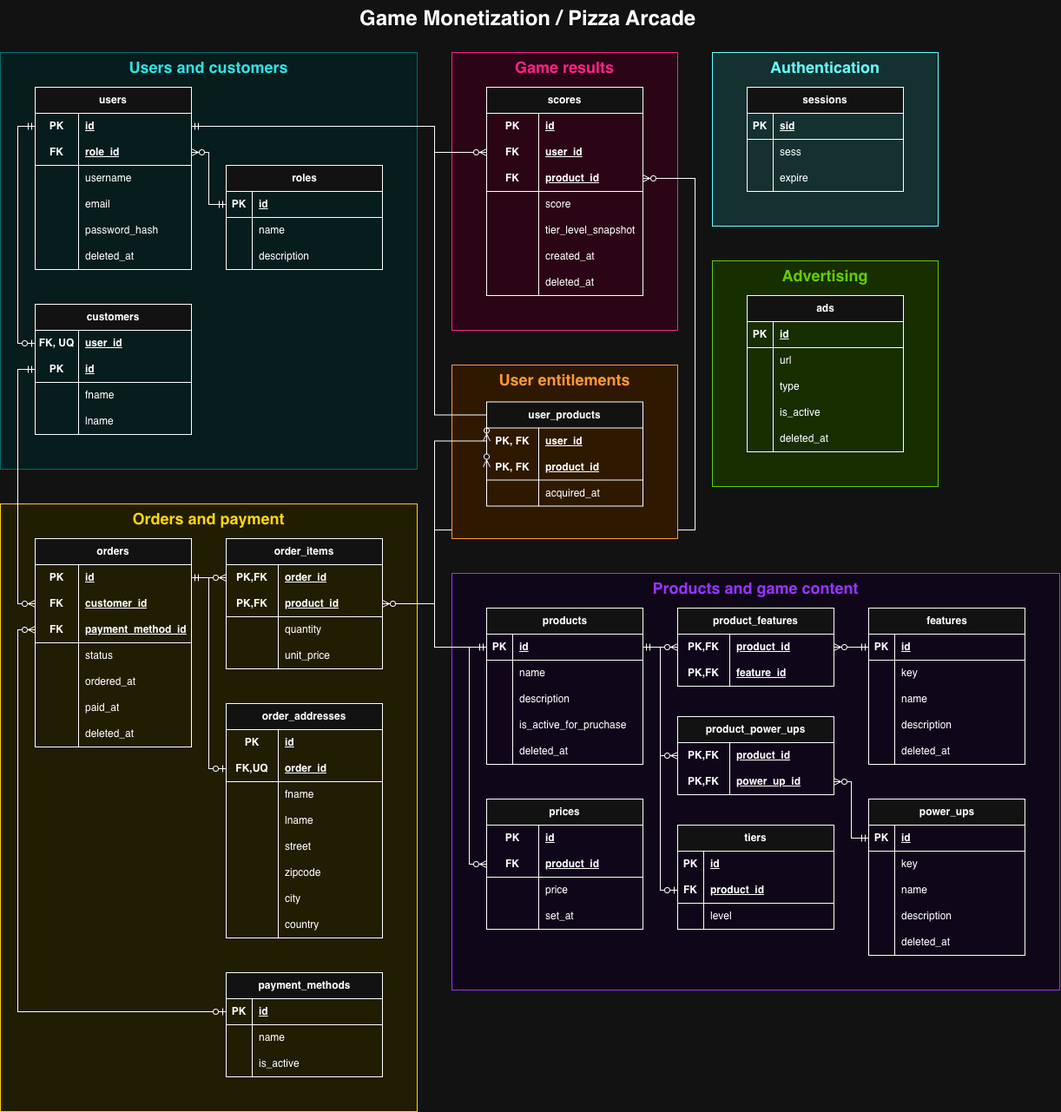
This is docs/er-diagram.png from niloscar/game-monetization, a draw.io export, as it was before one commit. Source tidied: cells renumbered, new cells last; positions are measured from the earlier drawing's top-left corner, leaving out a move shared by most shapes.
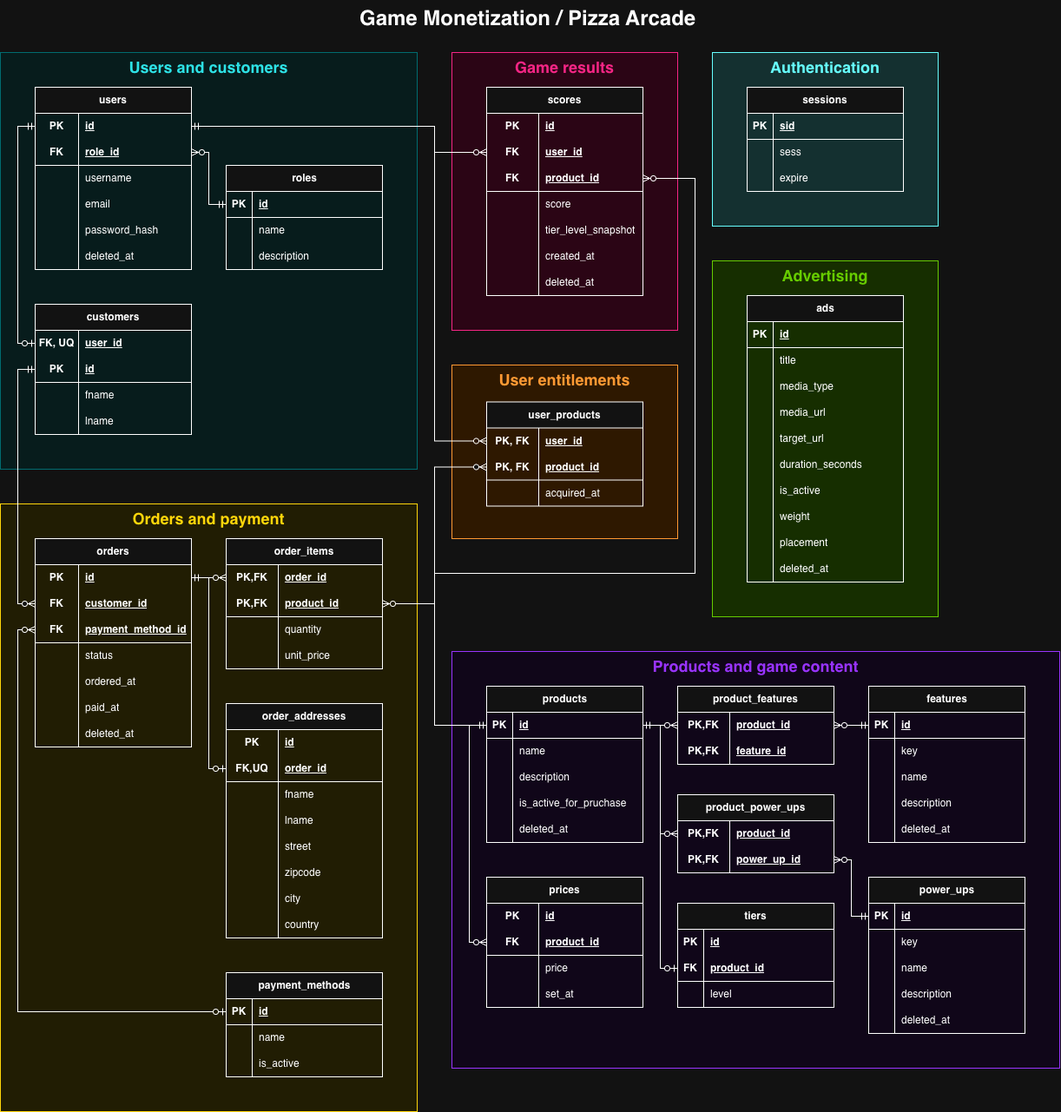
The same diagram one commit later.

Commit message:
chore: update ER diagram to reflect changes in ad placement structure

Diff of the diagram source:
```diff
@@ -3,7 +3,7 @@
     <mxCell id="0" />
     <mxCell id="1" parent="0" />
     <mxCell id="2" style="rounded=0;whiteSpace=wrap;html=1;fillColor=light-dark(#162E00,#162E00);strokeColor=light-dark(#66CC00,#66CC00);" parent="1" vertex="1">
-      <mxGeometry x="820" y="300" width="260" height="260" as="geometry" />
+      <mxGeometry x="820" y="300" width="260" height="410" as="geometry" />
     </mxCell>
     <mxCell id="3" value="&lt;h1 style=&quot;margin-top: 0px;&quot;&gt;Advertising&lt;/h1&gt;" style="text;html=1;whiteSpace=wrap;overflow=hidden;rounded=0;fontSize=9;align=center;fontColor=light-dark(#66CC00,#66CC00);labelBackgroundColor=none;" parent="1" vertex="1">
       <mxGeometry x="820" y="300" width="260" height="30" as="geometry" />
@@ -12,7 +12,7 @@
       <mxGeometry x="820" y="60" width="260" height="200" as="geometry" />
     </mxCell>
     <mxCell id="5" style="rounded=0;whiteSpace=wrap;html=1;strokeColor=light-dark(#9933FF,#9933FF);fillColor=light-dark(#100619,#100619);" parent="1" vertex="1">
-      <mxGeometry x="520" y="660" width="700" height="480" as="geometry" />
+      <mxGeometry x="520" y="750" width="700" height="480" as="geometry" />
     </mxCell>
     <mxCell id="6" style="rounded=0;whiteSpace=wrap;html=1;strokeColor=light-dark(#FFD60A,#FFD60A);fillColor=light-dark(#211D03,#211D03);" parent="1" vertex="1">
       <mxGeometry y="580" width="480" height="700" as="geometry" />
@@ -51,7 +51,7 @@
       <mxGeometry x="30" width="150" height="30" as="geometry" />
     </mxCell>
     <mxCell id="18" value="products" style="shape=table;startSize=30;rowLines=0;fontStyle=1;align=center;html=1;fontColor=light-dark(#FFFFFF,#FFFFFF);labelBackgroundColor=default;strokeColor=light-dark(#FFFFFF,#FFFFFF);" parent="1" vertex="1">
-      <mxGeometry x="560" y="700" width="180" height="180" as="geometry" />
+      <mxGeometry x="560" y="790" width="180" height="180" as="geometry" />
     </mxCell>
     <mxCell id="19" style="shape=tableRow;horizontal=0;startSize=0;swimlaneHead=0;swimlaneBody=0;fillColor=none;points=[[0,0.5],[1,0.5]];portConstraint=eastwest;top=0;left=0;right=0;bottom=1;" parent="18" vertex="1">
       <mxGeometry y="30" width="180" height="30" as="geometry" />
@@ -99,7 +99,7 @@
       <mxGeometry x="30" width="150" height="30" as="geometry" />
     </mxCell>
     <mxCell id="34" value="power_ups" style="shape=table;startSize=30;rowLines=0;fontStyle=1;align=center;html=1;fontColor=light-dark(#FFFFFF,#FFFFFF);labelBackgroundColor=none;strokeColor=light-dark(#FFFFFF,#FFFFFF);" parent="1" vertex="1">
-      <mxGeometry x="1000" y="920" width="180" height="180" as="geometry" />
+      <mxGeometry x="1000" y="1010" width="180" height="180" as="geometry" />
     </mxCell>
     <mxCell id="35" style="shape=tableRow;horizontal=0;startSize=0;swimlaneHead=0;swimlaneBody=0;fillColor=none;points=[[0,0.5],[1,0.5]];portConstraint=eastwest;top=0;left=0;right=0;bottom=1;" parent="34" vertex="1">
       <mxGeometry y="30" width="180" height="30" as="geometry" />
@@ -147,7 +147,7 @@
       <mxGeometry x="30" width="150" height="30" as="geometry" />
     </mxCell>
     <mxCell id="50" value="ads" style="shape=table;startSize=30;rowLines=0;fontStyle=1;align=center;html=1;fontColor=light-dark(#FFFFFF,#FFFFFF);labelBackgroundColor=default;strokeColor=light-dark(#FFFFFF,#FFFFFF);" parent="1" vertex="1">
-      <mxGeometry x="860" y="340" width="180" height="180" as="geometry" />
+      <mxGeometry x="860" y="340" width="180" height="330" as="geometry" />
     </mxCell>
     <mxCell id="51" style="shape=tableRow;horizontal=0;startSize=0;swimlaneHead=0;swimlaneBody=0;fillColor=none;top=0;left=0;right=0;bottom=1;" parent="50" vertex="1">
       <mxGeometry y="30" width="180" height="30" as="geometry" />
@@ -164,7 +164,7 @@
     <mxCell id="55" style="shape=partialRectangle;fillColor=none;top=0;left=0;bottom=0;right=0;overflow=hidden;whiteSpace=wrap;html=1;" parent="54" vertex="1">
       <mxGeometry width="30" height="30" as="geometry" />
     </mxCell>
-    <mxCell id="56" value="url" style="shape=partialRectangle;fillColor=none;top=0;left=0;bottom=0;right=0;align=left;spacingLeft=6;overflow=hidden;whiteSpace=wrap;html=1;" parent="54" vertex="1">
+    <mxCell id="56" value="title" style="shape=partialRectangle;fillColor=none;top=0;left=0;bottom=0;right=0;align=left;spacingLeft=6;overflow=hidden;whiteSpace=wrap;html=1;" parent="54" vertex="1">
       <mxGeometry x="30" width="150" height="30" as="geometry" />
     </mxCell>
     <mxCell id="57" style="shape=tableRow;horizontal=0;startSize=0;swimlaneHead=0;swimlaneBody=0;fillColor=none;top=0;left=0;right=0;bottom=0;" parent="50" vertex="1">
@@ -173,11 +173,38 @@
     <mxCell id="58" style="shape=partialRectangle;fillColor=none;top=0;left=0;bottom=0;right=0;overflow=hidden;whiteSpace=wrap;html=1;" parent="57" vertex="1">
       <mxGeometry width="30" height="30" as="geometry" />
     </mxCell>
-    <mxCell id="59" value="type" style="shape=partialRectangle;fillColor=none;top=0;left=0;bottom=0;right=0;align=left;spacingLeft=6;overflow=hidden;whiteSpace=wrap;html=1;" parent="57" vertex="1">
+    <mxCell id="59" value="media_type" style="shape=partialRectangle;fillColor=none;top=0;left=0;bottom=0;right=0;align=left;spacingLeft=6;overflow=hidden;whiteSpace=wrap;html=1;" parent="57" vertex="1">
       <mxGeometry x="30" width="150" height="30" as="geometry" />
     </mxCell>
+    <mxCell id="289" style="shape=tableRow;horizontal=0;startSize=0;swimlaneHead=0;swimlaneBody=0;fillColor=none;top=0;left=0;right=0;bottom=0;" parent="50" vertex="1">
+      <mxGeometry y="120" width="180" height="30" as="geometry" />
+    </mxCell>
+    <mxCell id="290" style="shape=partialRectangle;fillColor=none;top=0;left=0;bottom=0;right=0;overflow=hidden;whiteSpace=wrap;html=1;" parent="289" vertex="1">
+      <mxGeometry width="30" height="30" as="geometry" />
+    </mxCell>
+    <mxCell id="291" value="media_url" style="shape=partialRectangle;fillColor=none;top=0;left=0;bottom=0;right=0;align=left;spacingLeft=6;overflow=hidden;whiteSpace=wrap;html=1;" parent="289" vertex="1">
+      <mxGeometry x="30" width="150" height="30" as="geometry" />
+    </mxCell>
+    <mxCell id="292" style="shape=tableRow;horizontal=0;startSize=0;swimlaneHead=0;swimlaneBody=0;fillColor=none;top=0;left=0;right=0;bottom=0;" parent="50" vertex="1">
+      <mxGeometry y="150" width="180" height="30" as="geometry" />
+    </mxCell>
+    <mxCell id="293" style="shape=partialRectangle;fillColor=none;top=0;left=0;bottom=0;right=0;overflow=hidden;whiteSpace=wrap;html=1;" parent="292" vertex="1">
+      <mxGeometry width="30" height="30" as="geometry" />
+    </mxCell>
+    <mxCell id="294" value="target_url" style="shape=partialRectangle;fillColor=none;top=0;left=0;bottom=0;right=0;align=left;spacingLeft=6;overflow=hidden;whiteSpace=wrap;html=1;" parent="292" vertex="1">
+      <mxGeometry x="30" width="150" height="30" as="geometry" />
+    </mxCell>
+    <mxCell id="295" style="shape=tableRow;horizontal=0;startSize=0;swimlaneHead=0;swimlaneBody=0;fillColor=none;top=0;left=0;right=0;bottom=0;" parent="50" vertex="1">
+      <mxGeometry y="180" width="180" height="30" as="geometry" />
+    </mxCell>
+    <mxCell id="296" style="shape=partialRectangle;fillColor=none;top=0;left=0;bottom=0;right=0;overflow=hidden;whiteSpace=wrap;html=1;" parent="295" vertex="1">
+      <mxGeometry width="30" height="30" as="geometry" />
+    </mxCell>
+    <mxCell id="297" value="duration_seconds" style="shape=partialRectangle;fillColor=none;top=0;left=0;bottom=0;right=0;align=left;spacingLeft=6;overflow=hidden;whiteSpace=wrap;html=1;" parent="295" vertex="1">
+      <mxGeometry x="30" width="150" height="30" as="geometry" />
+    </mxCell>
     <mxCell id="60" style="shape=tableRow;horizontal=0;startSize=0;swimlaneHead=0;swimlaneBody=0;fillColor=none;top=0;left=0;right=0;bottom=0;" parent="50" vertex="1">
-      <mxGeometry y="120" width="180" height="30" as="geometry" />
+      <mxGeometry y="210" width="180" height="30" as="geometry" />
     </mxCell>
     <mxCell id="61" style="shape=partialRectangle;fillColor=none;top=0;left=0;bottom=0;right=0;overflow=hidden;whiteSpace=wrap;html=1;" parent="60" vertex="1">
       <mxGeometry width="30" height="30" as="geometry" />
@@ -185,8 +212,26 @@
     <mxCell id="62" value="is_active" style="shape=partialRectangle;fillColor=none;top=0;left=0;bottom=0;right=0;align=left;spacingLeft=6;overflow=hidden;whiteSpace=wrap;html=1;" parent="60" vertex="1">
       <mxGeometry x="30" width="150" height="30" as="geometry" />
     </mxCell>
+    <mxCell id="298" style="shape=tableRow;horizontal=0;startSize=0;swimlaneHead=0;swimlaneBody=0;fillColor=none;top=0;left=0;right=0;bottom=0;" parent="50" vertex="1">
+      <mxGeometry y="240" width="180" height="30" as="geometry" />
+    </mxCell>
+    <mxCell id="299" style="shape=partialRectangle;fillColor=none;top=0;left=0;bottom=0;right=0;overflow=hidden;whiteSpace=wrap;html=1;" parent="298" vertex="1">
+      <mxGeometry width="30" height="30" as="geometry" />
+    </mxCell>
+    <mxCell id="300" value="weight" style="shape=partialRectangle;fillColor=none;top=0;left=0;bottom=0;right=0;align=left;spacingLeft=6;overflow=hidden;whiteSpace=wrap;html=1;" parent="298" vertex="1">
+      <mxGeometry x="30" width="150" height="30" as="geometry" />
+    </mxCell>
+    <mxCell id="301" style="shape=tableRow;horizontal=0;startSize=0;swimlaneHead=0;swimlaneBody=0;fillColor=none;top=0;left=0;right=0;bottom=0;" parent="50" vertex="1">
+      <mxGeometry y="270" width="180" height="30" as="geometry" />
+    </mxCell>
+    <mxCell id="302" style="shape=partialRectangle;fillColor=none;top=0;left=0;bottom=0;right=0;overflow=hidden;whiteSpace=wrap;html=1;" parent="301" vertex="1">
+      <mxGeometry width="30" height="30" as="geometry" />
+    </mxCell>
+    <mxCell id="303" value="placement" style="shape=partialRectangle;fillColor=none;top=0;left=0;bottom=0;right=0;align=left;spacingLeft=6;overflow=hidden;whiteSpace=wrap;html=1;" parent="301" vertex="1">
+      <mxGeometry x="30" width="150" height="30" as="geometry" />
+    </mxCell>
     <mxCell id="63" style="shape=tableRow;horizontal=0;startSize=0;swimlaneHead=0;swimlaneBody=0;fillColor=none;top=0;left=0;right=0;bottom=0;" parent="50" vertex="1">
-      <mxGeometry y="150" width="180" height="30" as="geometry" />
+      <mxGeometry y="300" width="180" height="30" as="geometry" />
     </mxCell>
     <mxCell id="64" style="shape=partialRectangle;fillColor=none;top=0;left=0;bottom=0;right=0;overflow=hidden;whiteSpace=wrap;html=1;" parent="63" vertex="1">
       <mxGeometry width="30" height="30" as="geometry" />
@@ -225,7 +270,7 @@
       <mxGeometry x="30" width="150" height="30" as="geometry" />
     </mxCell>
     <mxCell id="76" value="features" style="shape=table;startSize=30;rowLines=0;fontStyle=1;align=center;html=1;fontColor=light-dark(#FFFFFF,#FFFFFF);labelBackgroundColor=none;fillColor=default;strokeColor=light-dark(#FFFFFF,#FFFFFF);" parent="1" vertex="1">
-      <mxGeometry x="1000" y="700" width="180" height="180" as="geometry" />
+      <mxGeometry x="1000" y="790" width="180" height="180" as="geometry" />
     </mxCell>
     <mxCell id="77" style="shape=tableRow;horizontal=0;startSize=0;swimlaneHead=0;swimlaneBody=0;fillColor=none;points=[[0,0.5],[1,0.5]];portConstraint=eastwest;top=0;left=0;right=0;bottom=1;" parent="76" vertex="1">
       <mxGeometry y="30" width="180" height="30" as="geometry" />
@@ -273,7 +318,7 @@
       <mxGeometry x="30" width="150" height="30" as="geometry" />
     </mxCell>
     <mxCell id="92" value="product_features" style="shape=table;startSize=30;rowLines=0;fontStyle=1;align=center;html=1;whiteSpace=wrap;fontColor=light-dark(#FFFFFF,#FFFFFF);labelBackgroundColor=default;strokeColor=light-dark(#FFFFFF,#FFFFFF);" parent="1" vertex="1">
-      <mxGeometry x="780" y="700" width="180" height="90" as="geometry" />
+      <mxGeometry x="780" y="790" width="180" height="90" as="geometry" />
     </mxCell>
     <mxCell id="93" style="shape=tableRow;horizontal=0;startSize=0;swimlaneHead=0;swimlaneBody=0;fillColor=none;points=[[0,0.5],[1,0.5]];portConstraint=eastwest;top=0;left=0;right=0;bottom=0;html=1;" parent="92" vertex="1">
       <mxGeometry y="30" width="180" height="30" as="geometry" />
@@ -333,7 +378,7 @@
       <mxGeometry x="60" width="120" height="30" as="geometry" />
     </mxCell>
     <mxCell id="112" value="product_power_ups" style="shape=table;startSize=30;rowLines=0;fontStyle=1;align=center;html=1;whiteSpace=wrap;fontColor=light-dark(#FFFFFF,#FFFFFF);labelBackgroundColor=default;strokeColor=light-dark(#FFFFFF,#FFFFFF);" parent="1" vertex="1">
-      <mxGeometry x="780" y="825" width="180" height="90" as="geometry" />
+      <mxGeometry x="780" y="915" width="180" height="90" as="geometry" />
     </mxCell>
     <mxCell id="113" style="shape=tableRow;horizontal=0;startSize=0;swimlaneHead=0;swimlaneBody=0;fillColor=none;points=[[0,0.5],[1,0.5]];portConstraint=eastwest;top=0;left=0;right=0;bottom=0;html=1;" parent="112" vertex="1">
       <mxGeometry y="30" width="180" height="30" as="geometry" />
@@ -525,7 +570,7 @@
       <mxGeometry x="520" y="60" width="260" height="30" as="geometry" />
     </mxCell>
     <mxCell id="176" value="&lt;h1 style=&quot;margin-top: 0px;&quot;&gt;Products and game content&lt;/h1&gt;" style="text;html=1;whiteSpace=wrap;overflow=hidden;rounded=0;fontSize=9;align=center;fontColor=light-dark(#9933FF,#9933FF);labelBackgroundColor=none;" parent="1" vertex="1">
-      <mxGeometry x="520" y="660" width="700" height="30" as="geometry" />
+      <mxGeometry x="520" y="750" width="700" height="30" as="geometry" />
     </mxCell>
     <mxCell id="177" value="&lt;h1 style=&quot;margin-top: 0px;&quot;&gt;Orders and payment&lt;/h1&gt;" style="text;html=1;whiteSpace=wrap;overflow=hidden;rounded=0;fontSize=9;align=center;fontColor=light-dark(#FFD60A,#FFD60A);labelBackgroundColor=none;" parent="1" vertex="1">
       <mxGeometry y="580" width="480" height="30" as="geometry" />
@@ -552,9 +597,9 @@
     <mxCell id="181" style="fontSize=12;html=1;endArrow=ERzeroToMany;rounded=0;edgeStyle=orthogonalEdgeStyle;elbow=vertical;startArrow=ERmandOne;startFill=0;exitX=0;exitY=0.5;exitDx=0;exitDy=0;entryX=1;entryY=0.5;entryDx=0;entryDy=0;endFill=0;strokeColor=light-dark(#FFFFFF,#FFFFFF);" parent="1" edge="1" source="19" target="159">
       <mxGeometry relative="1" as="geometry">
         <Array as="points">
-          <mxPoint x="500" y="745" />
-          <mxPoint x="500" y="610" />
-          <mxPoint x="800" y="610" />
+          <mxPoint x="500" y="835" />
+          <mxPoint x="500" y="660" />
+          <mxPoint x="800" y="660" />
           <mxPoint x="800" y="205" />
         </Array>
       </mxGeometry>
@@ -717,7 +762,7 @@
       <mxGeometry x="60" width="120" height="30" as="geometry" />
     </mxCell>
     <mxCell id="231" value="prices" style="shape=table;startSize=30;rowLines=0;fontStyle=1;align=center;html=1;whiteSpace=wrap;fontColor=light-dark(#FFFFFF,#FFFFFF);labelBackgroundColor=default;strokeColor=light-dark(#FFFFFF,#FFFFFF);" parent="1" vertex="1">
-      <mxGeometry x="560" y="920" width="180" height="150" as="geometry" />
+      <mxGeometry x="560" y="1010" width="180" height="150" as="geometry" />
     </mxCell>
     <mxCell id="232" style="shape=tableRow;horizontal=0;startSize=0;swimlaneHead=0;swimlaneBody=0;fillColor=none;top=0;left=0;right=0;bottom=0;html=1;" parent="231" vertex="1">
       <mxGeometry y="30" width="180" height="30" as="geometry" />
@@ -857,7 +902,7 @@
       <mxGeometry x="60" width="120" height="30" as="geometry" />
     </mxCell>
     <mxCell id="276" value="tiers" style="shape=table;startSize=30;rowLines=0;fontStyle=1;align=center;html=1;whiteSpace=wrap;fontColor=light-dark(#FFFFFF,#FFFFFF);labelBackgroundColor=default;strokeColor=light-dark(#FFFFFF,#FFFFFF);" parent="1" vertex="1">
-      <mxGeometry x="780" y="950" width="180" height="120" as="geometry" />
+      <mxGeometry x="780" y="1040" width="180" height="120" as="geometry" />
     </mxCell>
     <mxCell id="277" style="shape=tableRow;horizontal=0;startSize=0;swimlaneHead=0;swimlaneBody=0;fillColor=none;top=0;left=0;right=0;bottom=0;html=1;" parent="276" vertex="1">
       <mxGeometry y="30" width="180" height="30" as="geometry" />
@@ -893,16 +938,15 @@
       <mxGeometry relative="1" as="geometry">
         <Array as="points">
           <mxPoint x="500" y="145" />
-          <mxPoint x="500" y="477.5" />
+          <mxPoint x="500" y="507.5" />
         </Array>
       </mxGeometry>
     </mxCell>
     <mxCell id="288" style="edgeStyle=orthogonalEdgeStyle;fontSize=12;html=1;endArrow=ERzeroToMany;endFill=1;rounded=0;entryX=0;entryY=0.5;entryDx=0;entryDy=0;exitX=0;exitY=0.5;exitDx=0;exitDy=0;" parent="1" edge="1" source="19" target="270">
       <mxGeometry relative="1" as="geometry">
         <Array as="points">
-          <mxPoint x="500" y="745" />
-          <mxPoint x="500" y="507.5" />
-          <mxPoint x="560" y="507.5" />
+          <mxPoint x="500" y="835" />
+          <mxPoint x="500" y="537.5" />
         </Array>
       </mxGeometry>
     </mxCell>
```
